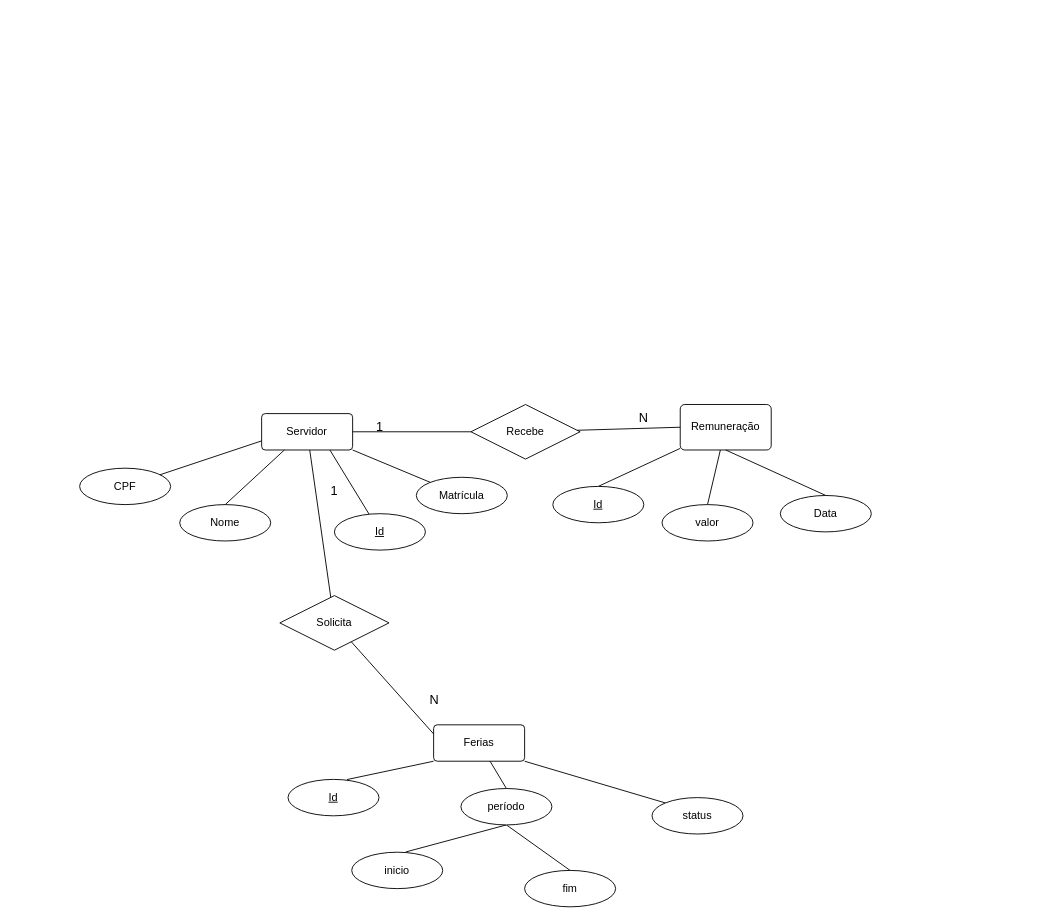
This is page "Modelagem Conceitual" (1 of 3) of docs/data_model.drawio from Gabrielx47/vacationManager, a draw.io file, before an edit. Source tidied: cells renumbered, new cells numbered last; positions are measured from the earlier drawing's top-left corner, leaving out a move shared by most shapes. Both pictures are drawn from the tidied source at 91%, with x=0, y=0 at pixel (79, 404).
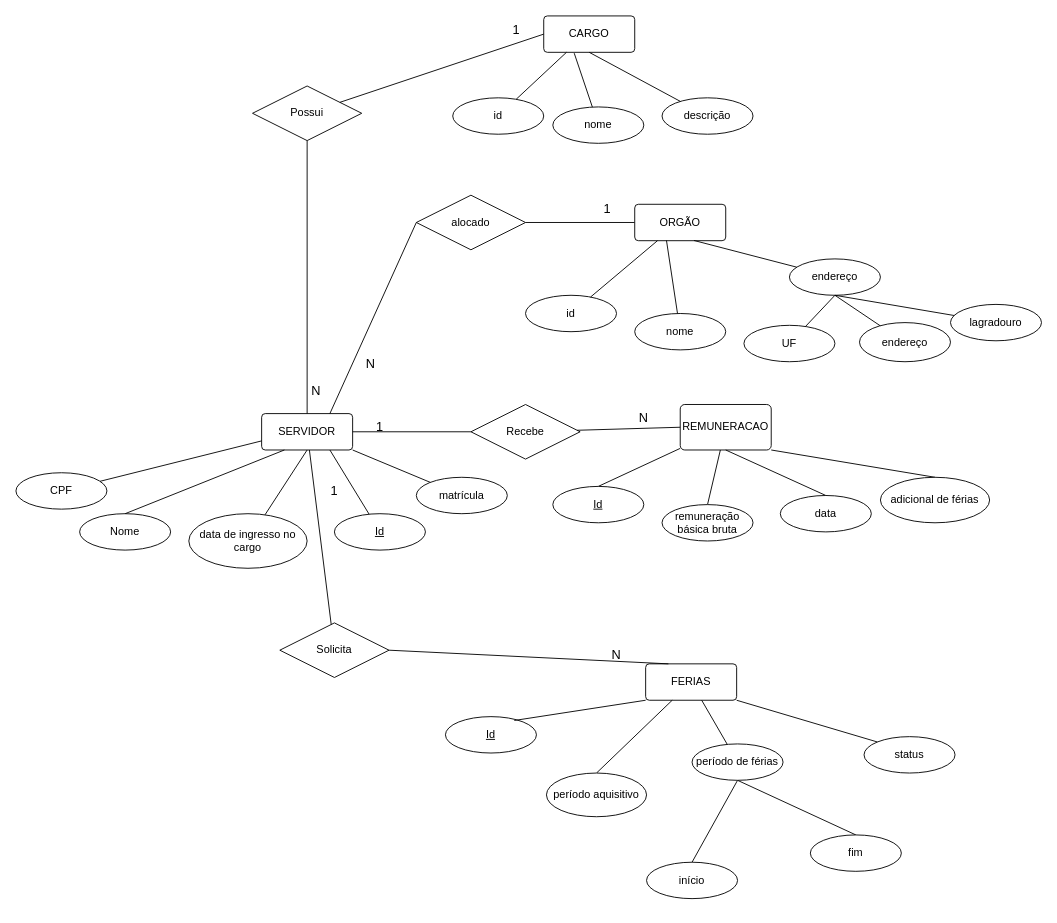
The same page after the edit.

Commit message (it also covers changes not shown here):
docs: update the conceptual model with new entities and entity renaming

Diff of the diagram source:
```diff
@@
+    <mxCell id="39" style="rounded=0;jettySize=auto;html=1;entryX=0.5;entryY=1;entryDx=0;entryDy=0;startArrow=none;startFill=0;endArrow=none;endFill=0;" parent="1" edge="1" source="6" target="48">
+      <mxGeometry relative="1" as="geometry" />
+    </mxCell>
-    <mxCell id="6" value="Servidor" style="rounded=1;arcSize=10;whiteSpace=wrap;html=1;align=center;fillColor=none;" parent="1" vertex="1">
+    <mxCell id="6" value="SERVIDOR" style="rounded=1;arcSize=10;whiteSpace=wrap;html=1;align=center;fillColor=none;" parent="1" vertex="1">
       <mxGeometry x="200" y="10" width="100" height="40" as="geometry" />
     </mxCell>
@@
     <mxCell id="8" value="Nome" style="ellipse;whiteSpace=wrap;html=1;align=center;fillColor=none;" parent="1" vertex="1">
-      <mxGeometry x="110" y="110" width="100" height="40" as="geometry" />
+      <mxGeometry y="120" width="100" height="40" as="geometry" />
     </mxCell>
@@
-    <mxCell id="11" value="Remuneração" style="rounded=1;arcSize=10;whiteSpace=wrap;html=1;align=center;fillColor=none;" parent="1" vertex="1">
+    <mxCell id="11" value="REMUNERACAO" style="rounded=1;arcSize=10;whiteSpace=wrap;html=1;align=center;fillColor=none;" parent="1" vertex="1">
       <mxGeometry x="660" width="100" height="50" as="geometry" />
     </mxCell>
@@
-    <mxCell id="15" value="valor" style="ellipse;whiteSpace=wrap;html=1;align=center;" parent="1" vertex="1">
+    <mxCell id="15" value="remuneração básica bruta" style="ellipse;whiteSpace=wrap;html=1;align=center;" parent="1" vertex="1">
       <mxGeometry x="640" y="110" width="100" height="40" as="geometry" />
     </mxCell>
@@
-    <mxCell id="17" style="rounded=0;jettySize=auto;html=1;entryX=0.5;entryY=0;entryDx=0;entryDy=0;endArrow=none;endFill=0;" parent="1" edge="1" source="18" target="34">
+    <mxCell id="17" style="rounded=0;jettySize=auto;html=1;endArrow=none;endFill=0;" parent="1" edge="1" source="18" target="44">
       <mxGeometry relative="1" as="geometry" />
     </mxCell>
+    <mxCell id="40" style="rounded=0;jettySize=auto;html=1;entryX=0.5;entryY=0;entryDx=0;entryDy=0;endArrow=none;endFill=0;" parent="1" edge="1" source="18" target="46">
+      <mxGeometry relative="1" as="geometry" />
+    </mxCell>
-    <mxCell id="18" value="Ferias" style="rounded=1;arcSize=10;whiteSpace=wrap;html=1;align=center;fillColor=none;" parent="1" vertex="1">
-      <mxGeometry x="389" y="352" width="100" height="40" as="geometry" />
+    <mxCell id="18" value="FERIAS" style="rounded=1;arcSize=10;whiteSpace=wrap;html=1;align=center;fillColor=none;" parent="1" vertex="1">
+      <mxGeometry x="622" y="285" width="100" height="40" as="geometry" />
     </mxCell>
-    <mxCell id="19" style="rounded=0;jettySize=auto;html=1;entryX=0;entryY=0.25;entryDx=0;entryDy=0;endArrow=none;endFill=0;" parent="1" edge="1" source="20" target="18">
+    <mxCell id="19" style="rounded=0;jettySize=auto;html=1;entryX=0.25;entryY=0;entryDx=0;entryDy=0;endArrow=none;endFill=0;exitX=1;exitY=0.5;exitDx=0;exitDy=0;" parent="1" edge="1" source="20" target="18">
       <mxGeometry relative="1" as="geometry" />
     </mxCell>
     <mxCell id="20" value="Solicita" style="shape=rhombus;perimeter=rhombusPerimeter;whiteSpace=wrap;html=1;align=center;fillColor=none;" parent="1" vertex="1">
-      <mxGeometry x="220" y="210" width="120" height="60" as="geometry" />
+      <mxGeometry x="220" y="240" width="120" height="60" as="geometry" />
     </mxCell>
-    <mxCell id="21" value="inicio" style="ellipse;whiteSpace=wrap;html=1;align=center;" parent="1" vertex="1">
-      <mxGeometry x="299" y="492" width="100" height="40" as="geometry" />
-    </mxCell>
-    <mxCell id="22" value="fim" style="ellipse;whiteSpace=wrap;html=1;align=center;" parent="1" vertex="1">
-      <mxGeometry x="489" y="512" width="100" height="40" as="geometry" />
-    </mxCell>
     <mxCell id="23" value="status" style="ellipse;whiteSpace=wrap;html=1;align=center;" parent="1" vertex="1">
-      <mxGeometry x="629" y="432" width="100" height="40" as="geometry" />
+      <mxGeometry x="862" y="365" width="100" height="40" as="geometry" />
     </mxCell>
     <mxCell id="24" value="Id" style="ellipse;whiteSpace=wrap;html=1;align=center;fontStyle=4;" parent="1" vertex="1">
-      <mxGeometry x="229" y="412" width="100" height="40" as="geometry" />
+      <mxGeometry x="402" y="343" width="100" height="40" as="geometry" />
     </mxCell>
-    <mxCell id="25" style="endArrow=none;html=1;rounded=0;entryX=0;entryY=1;entryDx=0;entryDy=0;exitX=0.648;exitY=0.004;exitDx=0;exitDy=0;exitPerimeter=0;" parent="1" edge="1" source="24" target="18">
+    <mxCell id="25" style="endArrow=none;html=1;rounded=0;entryX=0;entryY=1;entryDx=0;entryDy=0;exitX=0.757;exitY=0.106;exitDx=0;exitDy=0;exitPerimeter=0;" parent="1" edge="1" source="24" target="18">
       <mxGeometry relative="1" as="geometry" />
     </mxCell>
-    <mxCell id="26" style="endArrow=none;html=1;rounded=0;entryX=0.5;entryY=1;entryDx=0;entryDy=0;exitX=0.594;exitY=-0.007;exitDx=0;exitDy=0;exitPerimeter=0;" parent="1" edge="1" source="21" target="34">
+    <mxCell id="26" style="endArrow=none;html=1;rounded=0;entryX=0.5;entryY=1;entryDx=0;entryDy=0;exitX=0.5;exitY=0;exitDx=0;exitDy=0;" parent="1" edge="1" source="45" target="44">
       <mxGeometry relative="1" as="geometry" />
     </mxCell>
-    <mxCell id="27" style="endArrow=none;html=1;rounded=0;entryX=0.5;entryY=1;entryDx=0;entryDy=0;exitX=0.5;exitY=0;exitDx=0;exitDy=0;" parent="1" edge="1" source="22" target="34">
+    <mxCell id="27" style="endArrow=none;html=1;rounded=0;exitX=0.5;exitY=0;exitDx=0;exitDy=0;entryX=0.5;entryY=1;entryDx=0;entryDy=0;" parent="1" edge="1" source="22" target="44">
       <mxGeometry relative="1" as="geometry" />
     </mxCell>
@@
-    <mxCell id="29" value="Data" style="ellipse;whiteSpace=wrap;html=1;align=center;" parent="1" vertex="1">
+    <mxCell id="29" value="data" style="ellipse;whiteSpace=wrap;html=1;align=center;" parent="1" vertex="1">
       <mxGeometry x="770" y="100" width="100" height="40" as="geometry" />
     </mxCell>
+    <mxCell id="41" style="rounded=0;jettySize=auto;html=1;entryX=0;entryY=0.5;entryDx=0;entryDy=0;exitX=0.75;exitY=0;exitDx=0;exitDy=0;endArrow=none;endFill=0;" parent="1" edge="1" source="6" target="61">
+      <mxGeometry relative="1" as="geometry" />
+    </mxCell>
@@
     <mxCell id="33" value="&lt;font style=&quot;font-size: 14px;&quot;&gt;N&lt;/font&gt;" style="text;html=1;whiteSpace=wrap;strokeColor=none;fillColor=none;align=center;verticalAlign=middle;rounded=0;" parent="1" vertex="1">
-      <mxGeometry x="360" y="310" width="60" height="30" as="geometry" />
+      <mxGeometry x="560" y="260" width="60" height="30" as="geometry" />
     </mxCell>
-    <mxCell id="34" value="período" style="ellipse;whiteSpace=wrap;html=1;align=center;" parent="1" vertex="1">
-      <mxGeometry x="419" y="422" width="100" height="40" as="geometry" />
-    </mxCell>
@@
-    <mxCell id="36" value="Matrícula" style="ellipse;whiteSpace=wrap;html=1;align=center;fillColor=none;" parent="1" vertex="1">
+    <mxCell id="36" value="matrícula" style="ellipse;whiteSpace=wrap;html=1;align=center;fillColor=none;" parent="1" vertex="1">
       <mxGeometry x="370" y="80" width="100" height="40" as="geometry" />
     </mxCell>
@@
     <mxCell id="38" value="CPF" style="ellipse;whiteSpace=wrap;html=1;align=center;fillColor=none;" parent="1" vertex="1">
-      <mxGeometry y="70" width="100" height="40" as="geometry" />
+      <mxGeometry x="-70" y="75" width="100" height="40" as="geometry" />
     </mxCell>
+    <mxCell id="42" style="rounded=0;jettySize=auto;html=1;entryX=0.5;entryY=0;entryDx=0;entryDy=0;endArrow=none;endFill=0;exitX=1;exitY=1;exitDx=0;exitDy=0;" parent="1" edge="1" source="11" target="43">
+      <mxGeometry relative="1" as="geometry" />
+    </mxCell>
+    <mxCell id="43" value="adicional de férias" style="ellipse;whiteSpace=wrap;html=1;align=center;" parent="1" vertex="1">
+      <mxGeometry x="880" y="80" width="120" height="50" as="geometry" />
+    </mxCell>
+    <mxCell id="44" value="período de férias" style="ellipse;whiteSpace=wrap;html=1;align=center;" parent="1" vertex="1">
+      <mxGeometry x="673" y="373" width="100" height="40" as="geometry" />
+    </mxCell>
+    <mxCell id="45" value="início" style="ellipse;whiteSpace=wrap;html=1;align=center;" parent="1" vertex="1">
+      <mxGeometry x="623" y="503" width="100" height="40" as="geometry" />
+    </mxCell>
+    <mxCell id="22" value="fim" style="ellipse;whiteSpace=wrap;html=1;align=center;" parent="1" vertex="1">
+      <mxGeometry x="803" y="473" width="100" height="40" as="geometry" />
+    </mxCell>
+    <mxCell id="46" value="período aquisitivo" style="ellipse;whiteSpace=wrap;html=1;align=center;" parent="1" vertex="1">
+      <mxGeometry x="513" y="405" width="110" height="48" as="geometry" />
+    </mxCell>
+    <mxCell id="47" value="CARGO" style="rounded=1;arcSize=10;whiteSpace=wrap;html=1;align=center;" parent="1" vertex="1">
+      <mxGeometry x="510" y="-427" width="100" height="40" as="geometry" />
+    </mxCell>
+    <mxCell id="48" value="Possui" style="shape=rhombus;perimeter=rhombusPerimeter;whiteSpace=wrap;html=1;align=center;" parent="1" vertex="1">
+      <mxGeometry x="190" y="-350" width="120" height="60" as="geometry" />
+    </mxCell>
+    <mxCell id="49" style="rounded=0;jettySize=auto;html=1;entryX=0;entryY=0.5;entryDx=0;entryDy=0;endArrow=none;endFill=0;" parent="1" edge="1" source="48" target="47">
+      <mxGeometry relative="1" as="geometry" />
+    </mxCell>
+    <mxCell id="50" value="id" style="ellipse;whiteSpace=wrap;html=1;align=center;fillColor=none;" parent="1" vertex="1">
+      <mxGeometry x="410" y="-337" width="100" height="40" as="geometry" />
+    </mxCell>
+    <mxCell id="51" style="rounded=0;jettySize=auto;html=1;entryX=0.25;entryY=1;entryDx=0;entryDy=0;endArrow=none;endFill=0;" parent="1" edge="1" source="50" target="47">
+      <mxGeometry relative="1" as="geometry" />
+    </mxCell>
+    <mxCell id="52" value="nome" style="ellipse;whiteSpace=wrap;html=1;align=center;fillColor=none;" parent="1" vertex="1">
+      <mxGeometry x="520" y="-327" width="100" height="40" as="geometry" />
+    </mxCell>
+    <mxCell id="53" style="rounded=0;jettySize=auto;html=1;entryX=0.335;entryY=1.023;entryDx=0;entryDy=0;endArrow=none;endFill=0;entryPerimeter=0;" parent="1" edge="1" source="52" target="47">
+      <mxGeometry relative="1" as="geometry" />
+    </mxCell>
+    <mxCell id="54" value="descrição" style="ellipse;whiteSpace=wrap;html=1;align=center;fillColor=none;" parent="1" vertex="1">
+      <mxGeometry x="640" y="-337" width="100" height="40" as="geometry" />
+    </mxCell>
+    <mxCell id="55" style="rounded=0;jettySize=auto;html=1;entryX=0.5;entryY=1;entryDx=0;entryDy=0;endArrow=none;endFill=0;" parent="1" edge="1" source="54" target="47">
+      <mxGeometry relative="1" as="geometry" />
+    </mxCell>
+    <mxCell id="56" value="&lt;span style=&quot;font-size: 14px;&quot;&gt;1&lt;/span&gt;" style="text;html=1;whiteSpace=wrap;strokeColor=none;fillColor=none;align=center;verticalAlign=middle;rounded=0;" parent="1" vertex="1">
+      <mxGeometry x="450" y="-427" width="60" height="30" as="geometry" />
+    </mxCell>
+    <mxCell id="57" value="&lt;font style=&quot;font-size: 14px;&quot;&gt;N&lt;/font&gt;" style="text;html=1;whiteSpace=wrap;strokeColor=none;fillColor=none;align=center;verticalAlign=middle;rounded=0;" parent="1" vertex="1">
+      <mxGeometry x="230" y="-30" width="60" height="30" as="geometry" />
+    </mxCell>
+    <mxCell id="58" style="rounded=0;jettySize=auto;html=1;entryX=0.5;entryY=1;entryDx=0;entryDy=0;endArrow=none;endFill=0;" parent="1" edge="1" source="59" target="6">
+      <mxGeometry relative="1" as="geometry" />
+    </mxCell>
+    <mxCell id="59" value="data de ingresso no cargo" style="ellipse;whiteSpace=wrap;html=1;align=center;fillColor=none;" parent="1" vertex="1">
+      <mxGeometry x="120" y="120" width="130" height="60" as="geometry" />
+    </mxCell>
+    <mxCell id="60" style="rounded=0;jettySize=auto;html=1;entryX=0;entryY=0.5;entryDx=0;entryDy=0;endArrow=none;endFill=0;" parent="1" edge="1" source="61" target="62">
+      <mxGeometry relative="1" as="geometry" />
+    </mxCell>
+    <mxCell id="61" value="alocado" style="shape=rhombus;perimeter=rhombusPerimeter;whiteSpace=wrap;html=1;align=center;" parent="1" vertex="1">
+      <mxGeometry x="370" y="-230" width="120" height="60" as="geometry" />
+    </mxCell>
+    <mxCell id="62" value="ORGÃO" style="rounded=1;arcSize=10;whiteSpace=wrap;html=1;align=center;" parent="1" vertex="1">
+      <mxGeometry x="610" y="-220" width="100" height="40" as="geometry" />
+    </mxCell>
+    <mxCell id="63" value="id" style="ellipse;whiteSpace=wrap;html=1;align=center;fillColor=none;" parent="1" vertex="1">
+      <mxGeometry x="490" y="-120" width="100" height="40" as="geometry" />
+    </mxCell>
+    <mxCell id="64" style="rounded=0;jettySize=auto;html=1;entryX=0.25;entryY=1;entryDx=0;entryDy=0;endArrow=none;endFill=0;" parent="1" edge="1" source="63" target="62">
+      <mxGeometry relative="1" as="geometry" />
+    </mxCell>
+    <mxCell id="65" value="nome" style="ellipse;whiteSpace=wrap;html=1;align=center;fillColor=none;" parent="1" vertex="1">
+      <mxGeometry x="610" y="-100" width="100" height="40" as="geometry" />
+    </mxCell>
+    <mxCell id="66" style="rounded=0;jettySize=auto;html=1;entryX=0.349;entryY=0.994;entryDx=0;entryDy=0;endArrow=none;endFill=0;entryPerimeter=0;" parent="1" edge="1" source="65" target="62">
+      <mxGeometry relative="1" as="geometry" />
+    </mxCell>
+    <mxCell id="67" value="endereço" style="ellipse;whiteSpace=wrap;html=1;align=center;fillColor=none;" parent="1" vertex="1">
+      <mxGeometry x="780" y="-160" width="100" height="40" as="geometry" />
+    </mxCell>
+    <mxCell id="68" style="rounded=0;jettySize=auto;html=1;entryX=0.651;entryY=0.994;entryDx=0;entryDy=0;endArrow=none;endFill=0;entryPerimeter=0;" parent="1" edge="1" source="67" target="62">
+      <mxGeometry relative="1" as="geometry" />
+    </mxCell>
+    <mxCell id="69" value="UF" style="ellipse;whiteSpace=wrap;html=1;align=center;fillColor=none;" parent="1" vertex="1">
+      <mxGeometry x="730" y="-87" width="100" height="40" as="geometry" />
+    </mxCell>
+    <mxCell id="70" style="rounded=0;jettySize=auto;html=1;entryX=0.5;entryY=1;entryDx=0;entryDy=0;endArrow=none;endFill=0;" parent="1" edge="1" source="69" target="67">
+      <mxGeometry relative="1" as="geometry" />
+    </mxCell>
+    <mxCell id="71" value="endereço" style="ellipse;whiteSpace=wrap;html=1;align=center;fillColor=none;" parent="1" vertex="1">
+      <mxGeometry x="857" y="-90" width="100" height="43" as="geometry" />
+    </mxCell>
+    <mxCell id="72" style="rounded=0;jettySize=auto;html=1;entryX=0.5;entryY=1;entryDx=0;entryDy=0;endArrow=none;endFill=0;" parent="1" edge="1" source="71" target="67">
+      <mxGeometry relative="1" as="geometry" />
+    </mxCell>
+    <mxCell id="73" value="lagradouro" style="ellipse;whiteSpace=wrap;html=1;align=center;fillColor=none;" parent="1" vertex="1">
+      <mxGeometry x="957" y="-110" width="100" height="40" as="geometry" />
+    </mxCell>
+    <mxCell id="74" style="rounded=0;jettySize=auto;html=1;entryX=0.5;entryY=1;entryDx=0;entryDy=0;endArrow=none;endFill=0;" parent="1" edge="1" source="73" target="67">
+      <mxGeometry relative="1" as="geometry" />
+    </mxCell>
+    <mxCell id="75" value="&lt;span style=&quot;font-size: 14px;&quot;&gt;1&lt;/span&gt;" style="text;html=1;whiteSpace=wrap;strokeColor=none;fillColor=none;align=center;verticalAlign=middle;rounded=0;" parent="1" vertex="1">
+      <mxGeometry x="550" y="-230" width="60" height="30" as="geometry" />
+    </mxCell>
+    <mxCell id="76" value="&lt;font style=&quot;font-size: 14px;&quot;&gt;N&lt;/font&gt;" style="text;html=1;whiteSpace=wrap;strokeColor=none;fillColor=none;align=center;verticalAlign=middle;rounded=0;" parent="1" vertex="1">
+      <mxGeometry x="290" y="-60" width="60" height="30" as="geometry" />
+    </mxCell>
```
